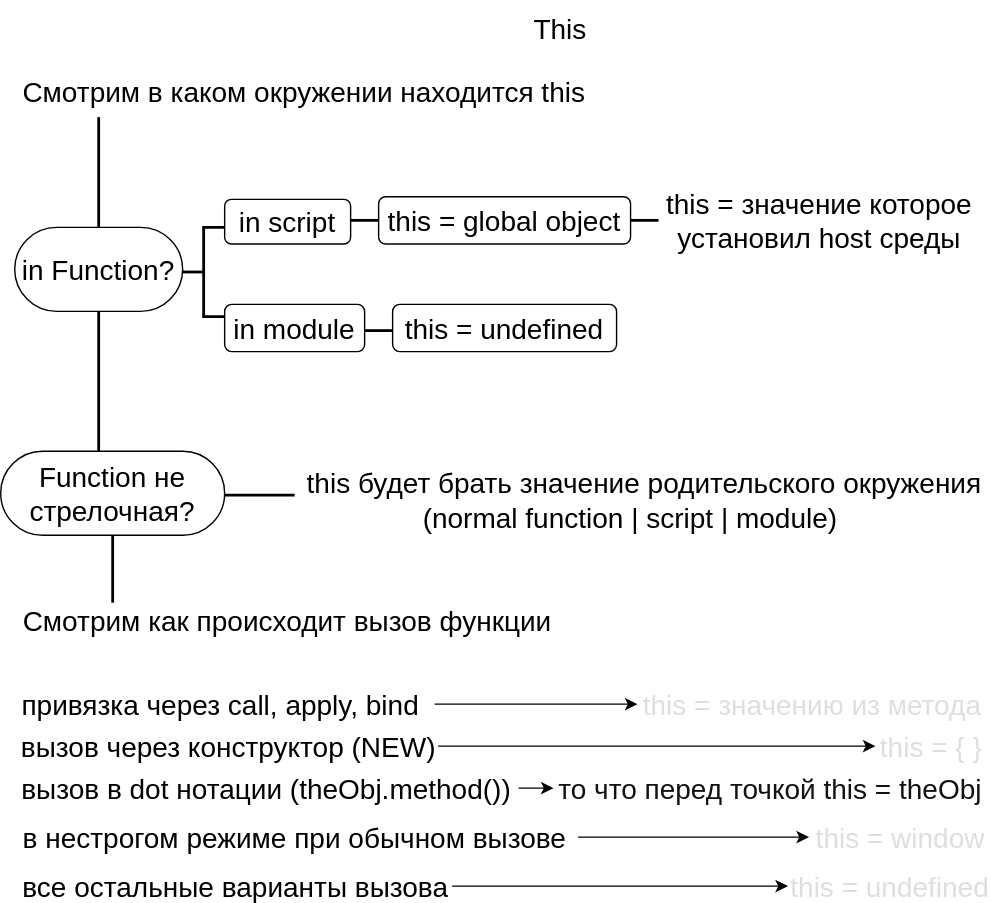
Ispolnitelnyy/-draw.io-App-Public keeps this draw.io diagram as Диаграмма без названия.drawio.svg. Above is the earlier version. Source tidied: cells renumbered, new cells last; positions are measured from the earlier drawing's top-left corner, leaving out a move shared by most shapes.
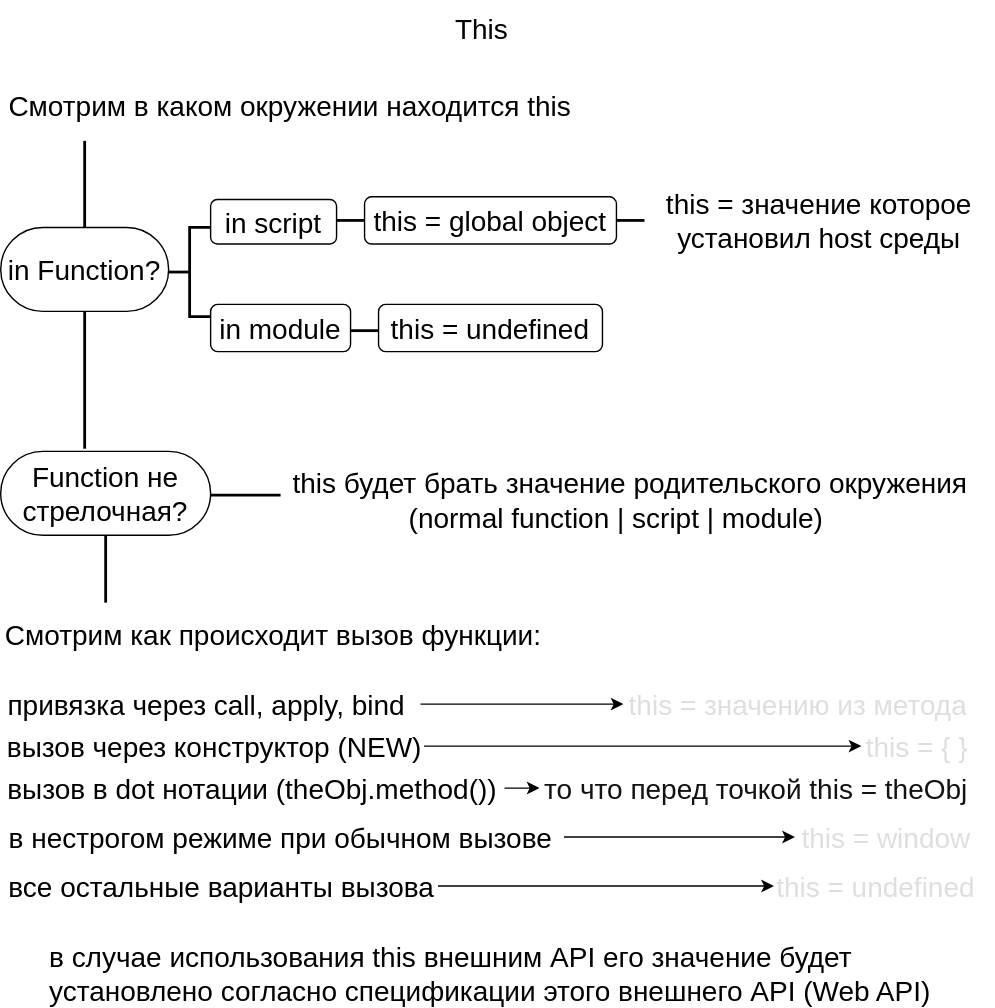
Later version of the same file.

Change to the diagram source:
```diff
@@ -3,10 +3,10 @@
     <mxCell id="0" />
     <mxCell id="1" parent="0" />
     <mxCell id="2" value="&lt;font style=&quot;font-size: 20px; color: light-dark(rgb(0, 0, 0), rgb(255, 0, 0));&quot;&gt;This&lt;/font&gt;" style="text;html=1;align=center;verticalAlign=middle;whiteSpace=wrap;rounded=0;" parent="1" vertex="1">
-      <mxGeometry x="360" width="80" height="40" as="geometry" />
+      <mxGeometry x="314" width="80" height="40" as="geometry" />
     </mxCell>
     <mxCell id="3" value="&lt;font style=&quot;font-size: 20px;&quot;&gt;Смотрим в каком окружении находится this&lt;/font&gt;" style="text;strokeColor=none;fillColor=none;align=left;verticalAlign=middle;spacingLeft=4;spacingRight=4;overflow=hidden;whiteSpace=wrap;html=1;" parent="1" vertex="1">
-      <mxGeometry x="10" y="50" width="420" height="30" as="geometry" />
+      <mxGeometry x="10" y="60" width="420" height="30" as="geometry" />
     </mxCell>
     <mxCell id="4" value="&lt;span style=&quot;font-size: 20px;&quot;&gt;in Function?&lt;/span&gt;" style="rounded=1;whiteSpace=wrap;html=1;arcSize=50;" parent="1" vertex="1">
       <mxGeometry x="10" y="161.9" width="120" height="60" as="geometry" />
@@ -15,7 +15,7 @@
       <mxGeometry x="130" y="161.9" width="30" height="63.8" as="geometry" />
     </mxCell>
     <mxCell id="6" style="line;strokeWidth=2;direction=south;html=1;" parent="1" vertex="1">
-      <mxGeometry x="65" y="221.9" width="10" height="100" as="geometry" />
+      <mxGeometry x="65" y="221.9" width="10" height="98.1" as="geometry" />
     </mxCell>
     <mxCell id="7" value="&lt;font style=&quot;font-size: 20px;&quot;&gt;in script&lt;/font&gt;" style="rounded=1;whiteSpace=wrap;html=1;" parent="1" vertex="1">
       <mxGeometry x="160" y="141.9" width="90" height="31.9" as="geometry" />
@@ -33,10 +33,10 @@
       <mxGeometry x="450" y="151.9" width="20" height="10" as="geometry" />
     </mxCell>
     <mxCell id="12" value="&lt;div&gt;&lt;font style=&quot;color: light-dark(rgb(0, 0, 0), rgb(255, 229, 153));&quot;&gt;&lt;span style=&quot;font-size: 20px; background-color: transparent;&quot;&gt;this =&amp;nbsp;&lt;/span&gt;&lt;span style=&quot;font-size: 20px;&quot;&gt;значение которое установил host среды&lt;/span&gt;&lt;/font&gt;&lt;/div&gt;" style="text;html=1;align=center;verticalAlign=middle;whiteSpace=wrap;rounded=0;" parent="1" vertex="1">
-      <mxGeometry x="470" y="119.4" width="230" height="75" as="geometry" />
+      <mxGeometry x="470" y="119.4" width="250" height="75" as="geometry" />
     </mxCell>
     <mxCell id="13" value="&lt;span style=&quot;font-size: 20px;&quot;&gt;Function не стрелочная?&lt;/span&gt;" style="rounded=1;whiteSpace=wrap;html=1;arcSize=50;" parent="1" vertex="1">
-      <mxGeometry y="321.9" width="160" height="60" as="geometry" />
+      <mxGeometry x="10" y="321.9" width="150" height="60" as="geometry" />
     </mxCell>
     <mxCell id="14" style="line;strokeWidth=2;html=1;" parent="1" vertex="1">
       <mxGeometry x="160" y="348.1" width="50" height="10" as="geometry" />
@@ -54,7 +54,7 @@
       <mxGeometry x="300" y="356.9" width="300" height="25" as="geometry" />
     </mxCell>
     <mxCell id="19" style="line;strokeWidth=2;direction=south;html=1;" parent="1" vertex="1">
-      <mxGeometry x="75" y="381.9" width="10" height="48.1" as="geometry" />
+      <mxGeometry x="80" y="381.9" width="10" height="48.1" as="geometry" />
     </mxCell>
     <mxCell id="20" value="&lt;span style=&quot;font-size: 20px; text-align: left;&quot;&gt;&lt;font style=&quot;color: light-dark(rgb(18, 18, 18), rgb(151, 208, 119));&quot;&gt;то что перед точкой&lt;/font&gt;&lt;/span&gt;&lt;span style=&quot;color: rgb(18, 18, 18); font-size: 20px; text-align: left;&quot;&gt; &lt;/span&gt;&lt;span style=&quot;font-size: 20px; text-align: left; color: rgb(18, 18, 18);&quot;&gt;&lt;font style=&quot;color: light-dark(rgb(18, 18, 18), rgb(255, 229, 153));&quot;&gt;this = theObj&lt;/font&gt;&lt;/span&gt;" style="text;html=1;align=center;verticalAlign=middle;whiteSpace=wrap;rounded=0;" parent="1" vertex="1">
       <mxGeometry x="395" y="550" width="310" height="25" as="geometry" />
@@ -80,8 +80,8 @@
     <mxCell id="27" value="&lt;span style=&quot;font-size: 20px; text-align: left;&quot;&gt;вызов в dot нотации&amp;nbsp;&lt;/span&gt;&lt;font style=&quot;font-size: 20px; text-align: left; color: light-dark(rgb(0, 0, 0), rgb(255, 229, 153));&quot;&gt;(theObj.method())&lt;/font&gt;" style="text;html=1;align=center;verticalAlign=middle;whiteSpace=wrap;rounded=0;" parent="1" vertex="1">
       <mxGeometry x="10" y="550" width="360" height="25" as="geometry" />
     </mxCell>
-    <mxCell id="28" value="&lt;span style=&quot;font-size: 20px;&quot;&gt;Смотрим как происходит вызов функции&lt;/span&gt;" style="text;html=1;align=center;verticalAlign=middle;whiteSpace=wrap;rounded=0;" parent="1" vertex="1">
-      <mxGeometry x="10" y="430" width="390" height="25" as="geometry" />
+    <mxCell id="28" value="&lt;span style=&quot;font-size: 20px;&quot;&gt;Смотрим как происходит вызов функции:&lt;/span&gt;" style="text;html=1;align=center;verticalAlign=middle;whiteSpace=wrap;rounded=0;" parent="1" vertex="1">
+      <mxGeometry x="10" y="440" width="390" height="25" as="geometry" />
     </mxCell>
     <mxCell id="29" style="edgeStyle=orthogonalEdgeStyle;rounded=0;jettySize=auto;html=1;entryX=0;entryY=0.5;entryDx=0;entryDy=0;" parent="1" edge="1" source="30" target="23">
       <mxGeometry relative="1" as="geometry" />
@@ -96,7 +96,7 @@
       <mxGeometry x="12.5" y="520" width="300" height="25" as="geometry" />
     </mxCell>
     <mxCell id="33" style="line;strokeWidth=2;direction=south;html=1;" parent="1" vertex="1">
-      <mxGeometry x="65" y="83.1" width="10" height="78.8" as="geometry" />
+      <mxGeometry x="65" y="100" width="10" height="61.9" as="geometry" />
     </mxCell>
     <mxCell id="34" style="edgeStyle=orthogonalEdgeStyle;rounded=0;jettySize=auto;html=1;entryX=0;entryY=0.5;entryDx=0;entryDy=0;" parent="1" edge="1" source="35" target="36">
       <mxGeometry relative="1" as="geometry" />
@@ -107,5 +107,8 @@
     <mxCell id="36" value="&lt;div style=&quot;text-align: left;&quot;&gt;&lt;font style=&quot;color: light-dark(rgb(222, 222, 222), rgb(151, 208, 119));&quot;&gt;&lt;span style=&quot;font-size: 20px;&quot;&gt;this = undefined&lt;/span&gt;&lt;/font&gt;&lt;/div&gt;" style="text;html=1;align=center;verticalAlign=middle;whiteSpace=wrap;rounded=0;" parent="1" vertex="1">
       <mxGeometry x="562.5" y="620" width="145" height="25" as="geometry" />
     </mxCell>
+    <mxCell id="37" value="&lt;div style=&quot;text-align: left;&quot;&gt;&lt;span style=&quot;font-size: 20px;&quot;&gt;в случае использования this внешним API его значение будет установлено согласно спецификации этого внешнего API &lt;font style=&quot;color: light-dark(rgb(0, 0, 0), rgb(255, 229, 153));&quot;&gt;(Web API)&lt;/font&gt;&lt;/span&gt;&lt;/div&gt;" style="text;html=1;align=center;verticalAlign=middle;whiteSpace=wrap;rounded=0;" parent="1" vertex="1">
+      <mxGeometry x="43.8" y="670" width="632.5" height="50" as="geometry" />
+    </mxCell>
   </root>
 </mxGraphModel>
```
